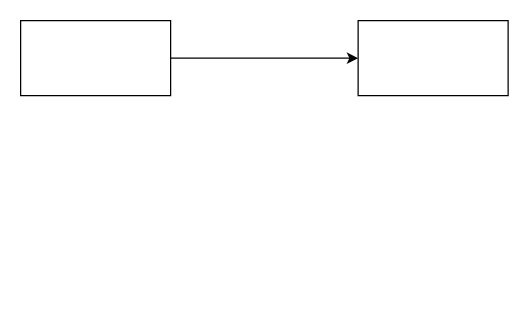
The draw.io diagram lcloud/outline-Infrasctructue.drawio in lcl-lab-161/draw.io, before the edit. Source tidied: cells renumbered, new cells numbered last; positions are measured from the earlier drawing's top-left corner, leaving out a move shared by most shapes. Both pictures are drawn from the tidied source at 125%, with x=0, y=0 at pixel (20, 20).
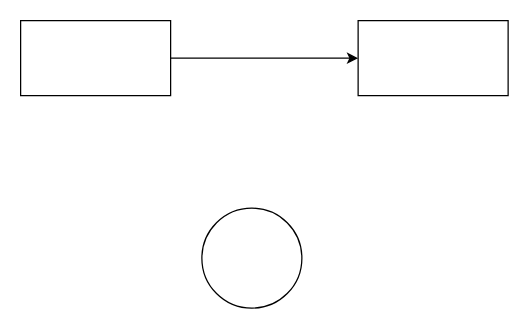
The same diagram, later.

Change to the diagram source:
```diff
@@
 <mxGraphModel>
   <root>
     <mxCell id="0" />
     <mxCell id="1" parent="0" />
     <mxCell id="2" style="edgeStyle=orthogonalEdgeStyle;rounded=0;jettySize=auto;html=1;exitX=1;exitY=0.5;exitDx=0;exitDy=0;" parent="1" edge="1" source="3" target="4">
       <mxGeometry relative="1" as="geometry" />
     </mxCell>
     <mxCell id="3" style="rounded=0;whiteSpace=wrap;html=1;" parent="1" vertex="1">
       <mxGeometry width="120" height="60" as="geometry" />
     </mxCell>
     <mxCell id="4" style="rounded=0;whiteSpace=wrap;html=1;" parent="1" vertex="1">
       <mxGeometry x="270" width="120" height="60" as="geometry" />
     </mxCell>
+    <mxCell id="5" style="ellipse;whiteSpace=wrap;html=1;" parent="1" vertex="1">
+      <mxGeometry x="145" y="150" width="80" height="80" as="geometry" />
+    </mxCell>
   </root>
 </mxGraphModel>
```
